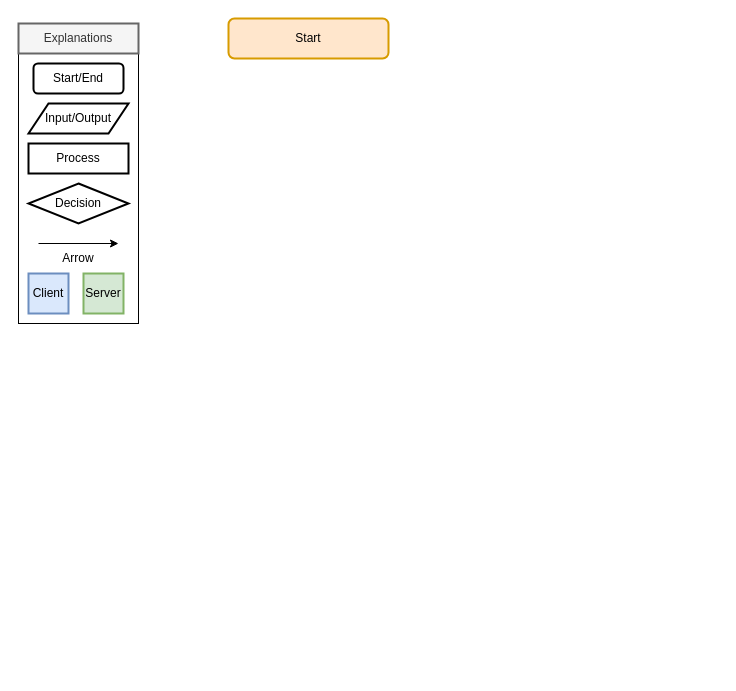
ramenberg/Quizkampen keeps this draw.io diagram as Namnlöst diagram.drawio. Above is the earlier version. Source tidied: cells renumbered, new cells numbered last; positions are measured from the earlier drawing's top-left corner, leaving out a move shared by most shapes. Both pictures are drawn from the tidied source at 100%, with x=0, y=0 at pixel (18, 18).
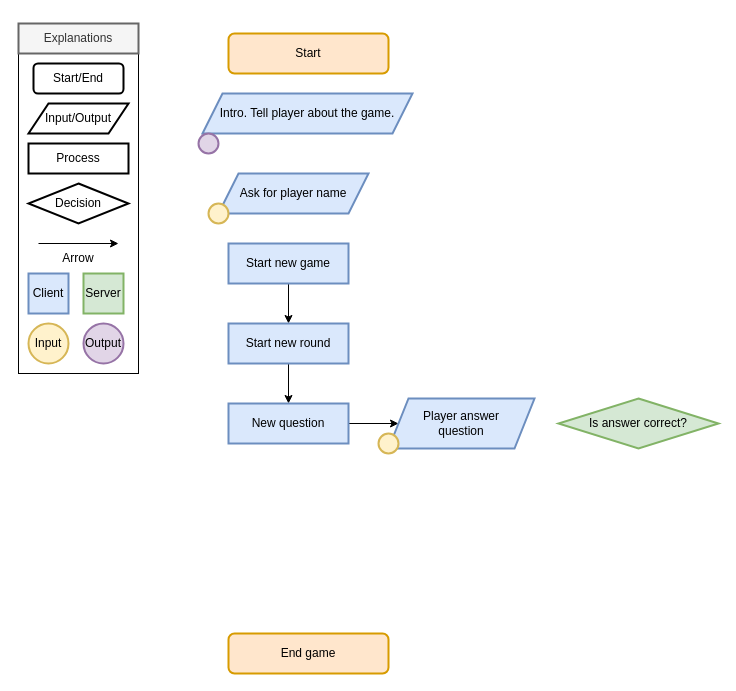
The same diagram, later.

The edit, as a diff of the source:
```diff
@@
     <mxCell id="2" style="rounded=0;whiteSpace=wrap;html=1;" parent="1" vertex="1">
-      <mxGeometry y="5" width="120" height="300" as="geometry" />
+      <mxGeometry y="5" width="120" height="350" as="geometry" />
     </mxCell>
@@
     <mxCell id="10" value="Start" style="rounded=1;whiteSpace=wrap;html=1;strokeColor=#d79b00;strokeWidth=2;fillColor=#ffe6cc;" parent="1" vertex="1">
-      <mxGeometry x="210" width="160" height="40" as="geometry" />
+      <mxGeometry x="210" y="15" width="160" height="40" as="geometry" />
     </mxCell>
@@
+    <mxCell id="13" value="End game" style="rounded=1;whiteSpace=wrap;html=1;strokeColor=#d79b00;strokeWidth=2;fillColor=#ffe6cc;" parent="1" vertex="1">
+      <mxGeometry x="210" y="615" width="160" height="40" as="geometry" />
+    </mxCell>
+    <mxCell id="14" value="Intro. Tell player about the game." style="shape=parallelogram;perimeter=parallelogramPerimeter;whiteSpace=wrap;html=1;fixedSize=1;strokeColor=#6c8ebf;strokeWidth=2;fillColor=#dae8fc;" parent="1" vertex="1">
+      <mxGeometry x="184" y="75" width="210" height="40" as="geometry" />
+    </mxCell>
+    <mxCell id="15" value="Ask for player name" style="shape=parallelogram;perimeter=parallelogramPerimeter;whiteSpace=wrap;html=1;fixedSize=1;strokeColor=#6c8ebf;strokeWidth=2;fillColor=#dae8fc;" parent="1" vertex="1">
+      <mxGeometry x="200" y="155" width="150" height="40" as="geometry" />
+    </mxCell>
+    <mxCell id="16" value="Input" style="ellipse;whiteSpace=wrap;html=1;strokeColor=#d6b656;strokeWidth=2;fillColor=#fff2cc;" parent="1" vertex="1">
+      <mxGeometry x="10" y="305" width="40" height="40" as="geometry" />
+    </mxCell>
+    <mxCell id="17" value="Output" style="ellipse;whiteSpace=wrap;html=1;strokeColor=#9673a6;strokeWidth=2;fillColor=#e1d5e7;" parent="1" vertex="1">
+      <mxGeometry x="65" y="305" width="40" height="40" as="geometry" />
+    </mxCell>
+    <mxCell id="18" style="ellipse;whiteSpace=wrap;html=1;strokeColor=#9673a6;strokeWidth=2;fillColor=#e1d5e7;" parent="1" vertex="1">
+      <mxGeometry x="180" y="115" width="20" height="20" as="geometry" />
+    </mxCell>
+    <mxCell id="19" style="ellipse;whiteSpace=wrap;html=1;strokeColor=#d6b656;strokeWidth=2;fillColor=#fff2cc;" parent="1" vertex="1">
+      <mxGeometry x="190" y="185" width="20" height="20" as="geometry" />
+    </mxCell>
+    <mxCell id="20" style="edgeStyle=orthogonalEdgeStyle;rounded=0;jettySize=auto;html=1;" parent="1" edge="1" source="21" target="23">
+      <mxGeometry relative="1" as="geometry" />
+    </mxCell>
+    <mxCell id="21" value="Start new game" style="rounded=0;whiteSpace=wrap;html=1;strokeColor=#6c8ebf;strokeWidth=2;fillColor=#dae8fc;" parent="1" vertex="1">
+      <mxGeometry x="210" y="225" width="120" height="40" as="geometry" />
+    </mxCell>
+    <mxCell id="22" style="edgeStyle=orthogonalEdgeStyle;rounded=0;jettySize=auto;html=1;" parent="1" edge="1" source="23" target="25">
+      <mxGeometry relative="1" as="geometry" />
+    </mxCell>
+    <mxCell id="23" value="Start new round" style="rounded=0;whiteSpace=wrap;html=1;strokeColor=#6c8ebf;strokeWidth=2;fillColor=#dae8fc;" parent="1" vertex="1">
+      <mxGeometry x="210" y="305" width="120" height="40" as="geometry" />
+    </mxCell>
+    <mxCell id="24" style="edgeStyle=orthogonalEdgeStyle;rounded=0;jettySize=auto;html=1;entryX=0;entryY=0.5;entryDx=0;entryDy=0;" parent="1" edge="1" source="25" target="26">
+      <mxGeometry relative="1" as="geometry" />
+    </mxCell>
+    <mxCell id="25" value="New question" style="rounded=0;whiteSpace=wrap;html=1;strokeColor=#6c8ebf;strokeWidth=2;fillColor=#dae8fc;" parent="1" vertex="1">
+      <mxGeometry x="210" y="385" width="120" height="40" as="geometry" />
+    </mxCell>
+    <mxCell id="26" value="Player answer&lt;br&gt;question" style="shape=parallelogram;perimeter=parallelogramPerimeter;whiteSpace=wrap;html=1;fixedSize=1;strokeColor=#6c8ebf;strokeWidth=2;fillColor=#dae8fc;" parent="1" vertex="1">
+      <mxGeometry x="370" y="380" width="146" height="50" as="geometry" />
+    </mxCell>
+    <mxCell id="27" style="ellipse;whiteSpace=wrap;html=1;strokeColor=#d6b656;strokeWidth=2;fillColor=#fff2cc;" parent="1" vertex="1">
+      <mxGeometry x="360" y="415" width="20" height="20" as="geometry" />
+    </mxCell>
+    <mxCell id="28" value="Is answer correct?" style="rhombus;whiteSpace=wrap;html=1;strokeColor=#82b366;strokeWidth=2;fillColor=#d5e8d4;" parent="1" vertex="1">
+      <mxGeometry x="540" y="380" width="160" height="50" as="geometry" />
+    </mxCell>
```
